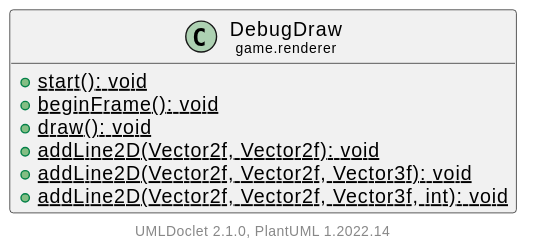
Earlier version of the PlantUML export doc/javadoc/game/renderer/DebugDraw.svg (Hirschiii/JavaGameEngine). The source it was exported from:
```plantuml
@startuml
    set namespaceSeparator none
    hide empty fields
    hide empty methods

    class "<size:14>DebugDraw\n<size:10>game.renderer" as game.renderer.DebugDraw [[DebugDraw.html]] {
        {static} +start(): void
        {static} +beginFrame(): void
        {static} +draw(): void
        {static} +addLine2D(Vector2f, Vector2f): void
        {static} +addLine2D(Vector2f, Vector2f, Vector3f): void
        {static} +addLine2D(Vector2f, Vector2f, Vector3f, int): void
    }

    center footer UMLDoclet 2.1.0, PlantUML %version()
@enduml
```
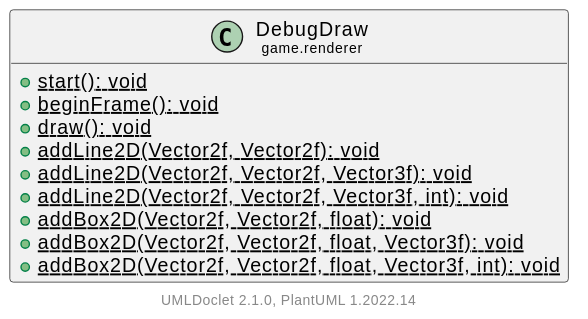
Above is the later version.

What changed in the source:
```diff
@@ -10,6 +10,9 @@
         {static} +addLine2D(Vector2f, Vector2f): void
         {static} +addLine2D(Vector2f, Vector2f, Vector3f): void
         {static} +addLine2D(Vector2f, Vector2f, Vector3f, int): void
+        {static} +addBox2D(Vector2f, Vector2f, float): void
+        {static} +addBox2D(Vector2f, Vector2f, float, Vector3f): void
+        {static} +addBox2D(Vector2f, Vector2f, float, Vector3f, int): void
     }
 
     center footer UMLDoclet 2.1.0, PlantUML %version()
```
